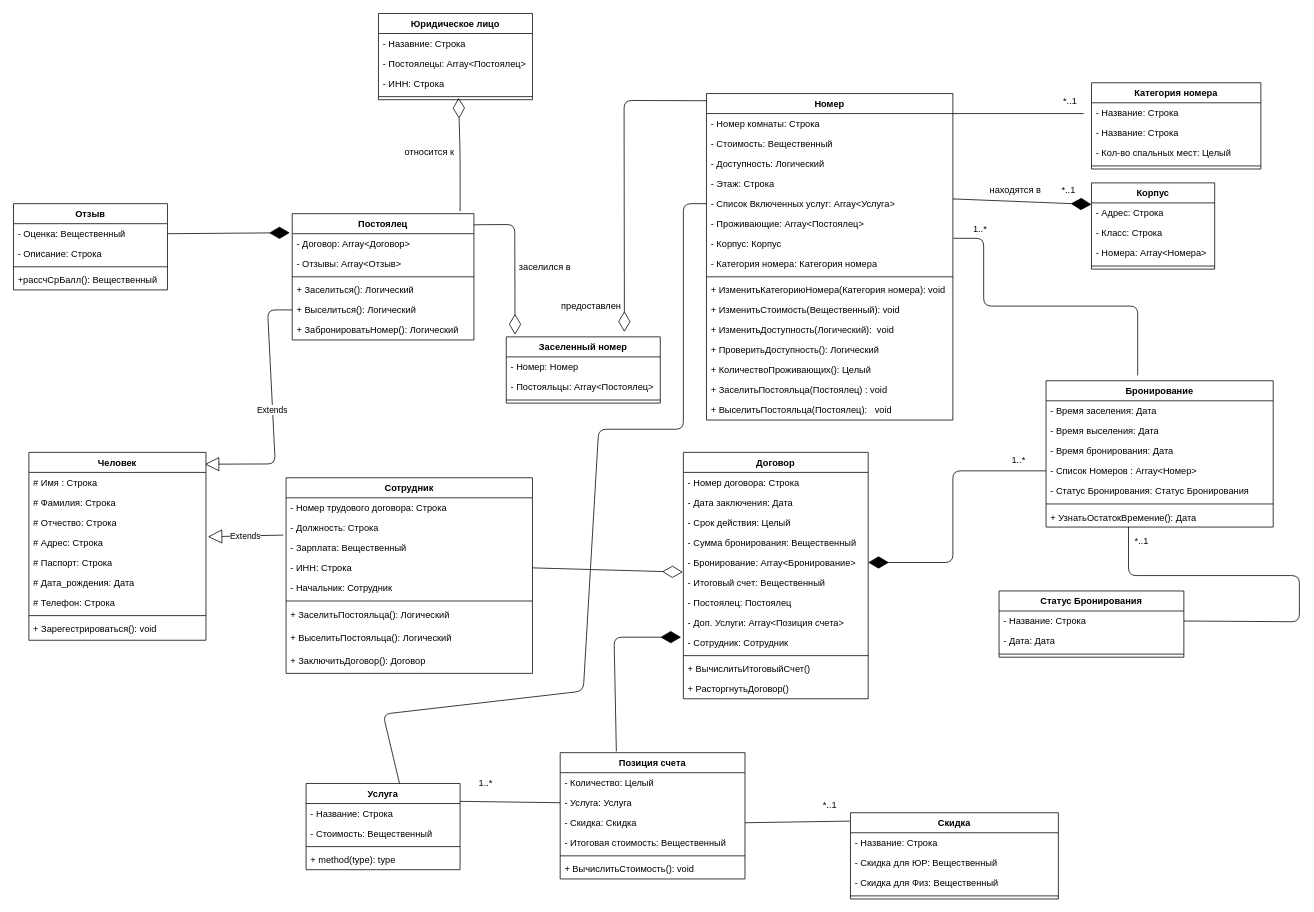
Earlier version of the draw.io diagram IS_IS/lab2/Class diagram.drawio (Suvorovm/DB--Labs). Source tidied: cells renumbered, new cells numbered last; positions are measured from the earlier drawing's top-left corner, leaving out a move shared by most shapes. Both pictures are drawn from the tidied source at 77%, with x=0, y=0 at pixel (13, 13).
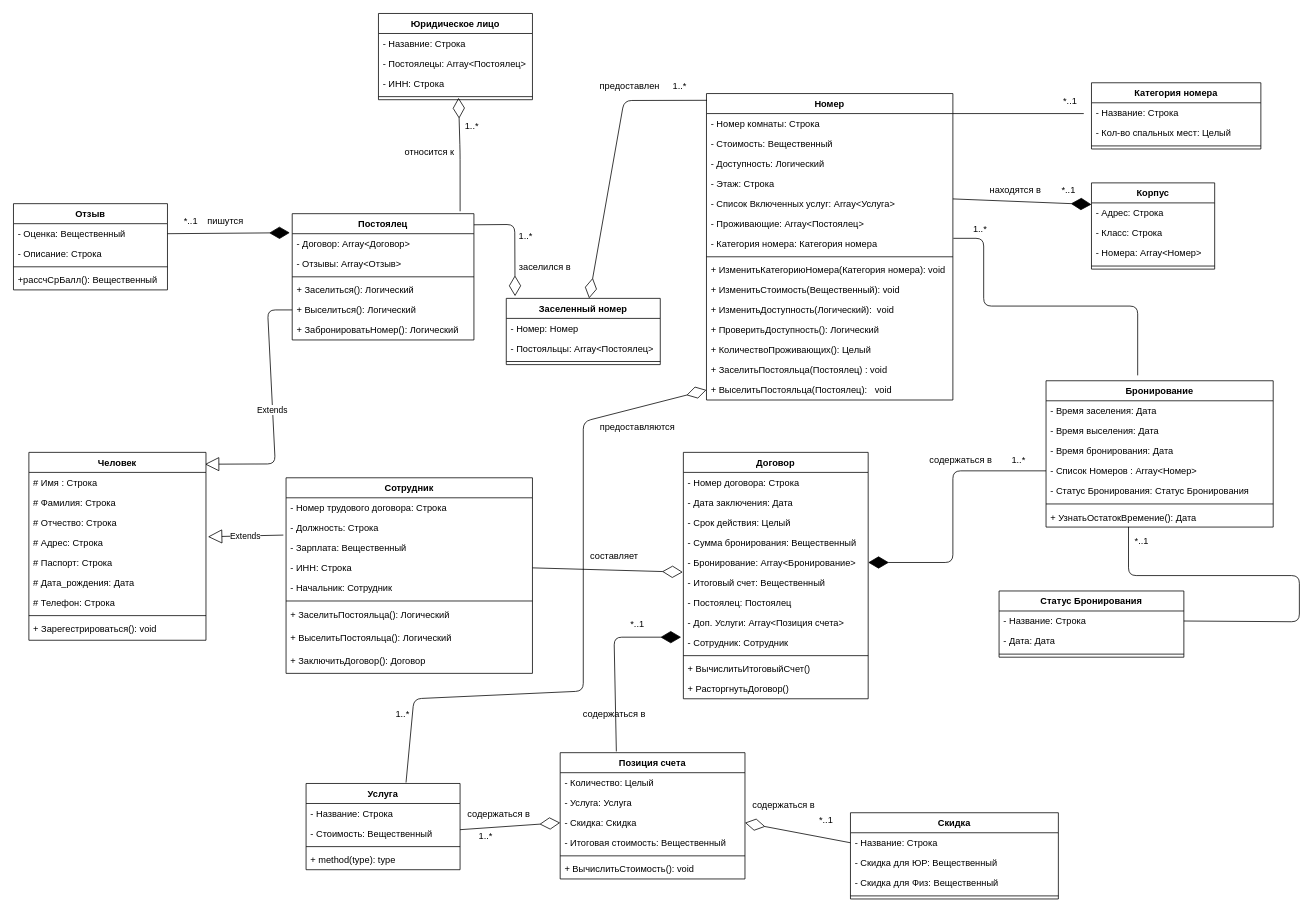
Above is the later version.

Unchanged cells that the change refers to:
```xml
<mxCell id="7" value="- Список Включенных услуг: Array&lt;Услуга&gt;" style="text;strokeColor=none;fillColor=none;align=left;verticalAlign=top;spacingLeft=4;spacingRight=4;overflow=hidden;points=[[0,0.5],[1,0.5]];portConstraint=eastwest;" parent="2" vertex="1">
  <mxGeometry y="130" width="320" height="26" as="geometry" />
</mxCell>
<mxCell id="71" value="Корпус" style="swimlane;fontStyle=1;align=center;verticalAlign=top;horizontal=1;startSize=26;" parent="1" vertex="1">
  <mxGeometry x="1400" y="220" width="160" height="112" as="geometry" />
</mxCell>
<mxCell id="78" value="- Услуга: Услуга" style="text;strokeColor=none;fillColor=none;align=left;verticalAlign=top;spacingLeft=4;spacingRight=4;overflow=hidden;points=[[0,0.5],[1,0.5]];portConstraint=eastwest;" parent="76" vertex="1">
  <mxGeometry y="52" width="240" height="26" as="geometry" />
</mxCell>
<mxCell id="79" value="- Скидка: Скидка" style="text;strokeColor=none;fillColor=none;align=left;verticalAlign=top;spacingLeft=4;spacingRight=4;overflow=hidden;points=[[0,0.5],[1,0.5]];portConstraint=eastwest;" parent="76" vertex="1">
  <mxGeometry y="78" width="240" height="26" as="geometry" />
</mxCell>
<mxCell id="83" value="Услуга" style="swimlane;fontStyle=1;align=center;verticalAlign=top;horizontal=1;startSize=26;" parent="1" vertex="1">
  <mxGeometry x="380" y="1000" width="200" height="112" as="geometry" />
</mxCell>
<mxCell id="84" value="- Название: Строка" style="text;strokeColor=none;fillColor=none;align=left;verticalAlign=top;spacingLeft=4;spacingRight=4;overflow=hidden;points=[[0,0.5],[1,0.5]];portConstraint=eastwest;" parent="83" vertex="1">
  <mxGeometry y="26" width="200" height="26" as="geometry" />
</mxCell>
<mxCell id="111" value="Скидка" style="swimlane;fontStyle=1;align=center;verticalAlign=top;horizontal=1;startSize=26;" parent="1" vertex="1">
  <mxGeometry x="1087" y="1038" width="270" height="112" as="geometry" />
</mxCell>
<mxCell id="112" value="- Название: Строка" style="text;strokeColor=none;fillColor=none;align=left;verticalAlign=top;spacingLeft=4;spacingRight=4;overflow=hidden;points=[[0,0.5],[1,0.5]];portConstraint=eastwest;" parent="111" vertex="1">
  <mxGeometry y="26" width="270" height="26" as="geometry" />
</mxCell>
```

What changed in the source:
```diff
@@
     <mxCell id="2" value="Номер" style="swimlane;fontStyle=1;align=center;verticalAlign=top;horizontal=1;startSize=26;" parent="1" vertex="1">
-      <mxGeometry x="900" y="104" width="320" height="424" as="geometry" />
+      <mxGeometry x="900" y="104" width="320" height="398" as="geometry" />
     </mxCell>
@@
-    <mxCell id="9" value="- Корпус: Корпус" style="text;strokeColor=none;fillColor=none;align=left;verticalAlign=top;spacingLeft=4;spacingRight=4;overflow=hidden;points=[[0,0.5],[1,0.5]];portConstraint=eastwest;" parent="2" vertex="1">
-      <mxGeometry y="182" width="320" height="26" as="geometry" />
-    </mxCell>
     <mxCell id="10" value="- Категория номера: Категория номера" style="text;strokeColor=none;fillColor=none;align=left;verticalAlign=top;spacingLeft=4;spacingRight=4;overflow=hidden;" parent="2" vertex="1">
-      <mxGeometry y="208" width="320" height="26" as="geometry" />
+      <mxGeometry y="182" width="320" height="26" as="geometry" />
     </mxCell>
     <mxCell id="11" style="line;strokeWidth=1;fillColor=none;align=left;verticalAlign=middle;spacingTop=-1;spacingLeft=3;spacingRight=3;labelPosition=right;" parent="2" vertex="1">
-      <mxGeometry y="234" width="320" height="8" as="geometry" />
+      <mxGeometry y="208" width="320" height="8" as="geometry" />
     </mxCell>
     <mxCell id="12" value="+ ИзменитьКатегориюНомера(Категория номера): void" style="text;strokeColor=none;fillColor=none;align=left;verticalAlign=top;spacingLeft=4;spacingRight=4;overflow=hidden;" parent="2" vertex="1">
-      <mxGeometry y="242" width="320" height="26" as="geometry" />
+      <mxGeometry y="216" width="320" height="26" as="geometry" />
     </mxCell>
     <mxCell id="13" value="+ ИзменитьСтоимость(Вещественный): void" style="text;strokeColor=none;fillColor=none;align=left;verticalAlign=top;spacingLeft=4;spacingRight=4;overflow=hidden;" parent="2" vertex="1">
-      <mxGeometry y="268" width="320" height="26" as="geometry" />
+      <mxGeometry y="242" width="320" height="26" as="geometry" />
     </mxCell>
     <mxCell id="14" value="+ ИзменитьДоступность(Логический):  void" style="text;strokeColor=none;fillColor=none;align=left;verticalAlign=top;spacingLeft=4;spacingRight=4;overflow=hidden;" parent="2" vertex="1">
-      <mxGeometry y="294" width="320" height="26" as="geometry" />
+      <mxGeometry y="268" width="320" height="26" as="geometry" />
     </mxCell>
     <mxCell id="15" value="+ ПроверитьДоступность(): Логический" style="text;strokeColor=none;fillColor=none;align=left;verticalAlign=top;spacingLeft=4;spacingRight=4;overflow=hidden;" parent="2" vertex="1">
-      <mxGeometry y="320" width="320" height="26" as="geometry" />
+      <mxGeometry y="294" width="320" height="26" as="geometry" />
     </mxCell>
     <mxCell id="16" value="+ КоличествоПроживающих(): Целый" style="text;strokeColor=none;fillColor=none;align=left;verticalAlign=top;spacingLeft=4;spacingRight=4;overflow=hidden;" parent="2" vertex="1">
-      <mxGeometry y="346" width="320" height="26" as="geometry" />
+      <mxGeometry y="320" width="320" height="26" as="geometry" />
     </mxCell>
     <mxCell id="17" value="+ ЗаселитьПостояльца(Постоялец) : void" style="text;strokeColor=none;fillColor=none;align=left;verticalAlign=top;spacingLeft=4;spacingRight=4;overflow=hidden;" parent="2" vertex="1">
-      <mxGeometry y="372" width="320" height="26" as="geometry" />
+      <mxGeometry y="346" width="320" height="26" as="geometry" />
     </mxCell>
     <mxCell id="18" value="+ ВыселитьПостояльца(Постоялец):   void" style="text;strokeColor=none;fillColor=none;align=left;verticalAlign=top;spacingLeft=4;spacingRight=4;overflow=hidden;points=[[0,0.5],[1,0.5]];portConstraint=eastwest;" parent="2" vertex="1">
-      <mxGeometry y="398" width="320" height="26" as="geometry" />
+      <mxGeometry y="372" width="320" height="26" as="geometry" />
     </mxCell>
@@
     <mxCell id="34" value="Категория номера" style="swimlane;fontStyle=1;align=center;verticalAlign=top;horizontal=1;startSize=26;" parent="1" vertex="1">
-      <mxGeometry x="1400" y="90" width="220" height="112" as="geometry" />
+      <mxGeometry x="1400" y="90" width="220" height="86" as="geometry" />
     </mxCell>
@@
-    <mxCell id="36" value="- Название: Строка" style="text;strokeColor=none;fillColor=none;align=left;verticalAlign=top;spacingLeft=4;spacingRight=4;overflow=hidden;" parent="34" vertex="1">
-      <mxGeometry y="52" width="220" height="26" as="geometry" />
-    </mxCell>
     <mxCell id="37" value="- Кол-во спальных мест: Целый" style="text;strokeColor=none;fillColor=none;align=left;verticalAlign=top;spacingLeft=4;spacingRight=4;overflow=hidden;" parent="34" vertex="1">
-      <mxGeometry y="78" width="220" height="26" as="geometry" />
+      <mxGeometry y="52" width="220" height="26" as="geometry" />
     </mxCell>
     <mxCell id="38" style="line;strokeWidth=1;fillColor=none;align=left;verticalAlign=middle;spacingTop=-1;spacingLeft=3;spacingRight=3;labelPosition=right;" parent="34" vertex="1">
-      <mxGeometry y="104" width="220" height="8" as="geometry" />
+      <mxGeometry y="78" width="220" height="8" as="geometry" />
     </mxCell>
@@
-    <mxCell id="43" style="endArrow=none;html=1;entryX=0;entryY=0.5;entryDx=0;entryDy=0;exitX=0.995;exitY=-0.108;exitDx=0;exitDy=0;exitPerimeter=0;" parent="1" edge="1" source="84" target="78">
-      <mxGeometry relative="1" as="geometry" />
-    </mxCell>
-    <mxCell id="44" style="endArrow=none;html=1;entryX=-0.003;entryY=0.097;entryDx=0;entryDy=0;exitX=1;exitY=0.5;exitDx=0;exitDy=0;entryPerimeter=0;" parent="1" edge="1" source="79" target="111">
-      <mxGeometry relative="1" as="geometry" />
-    </mxCell>
@@
-    <mxCell id="74" value="- Номера: Array&lt;Номера&gt;" style="text;strokeColor=none;fillColor=none;align=left;verticalAlign=top;spacingLeft=4;spacingRight=4;overflow=hidden;" parent="71" vertex="1">
+    <mxCell id="74" value="- Номера: Array&lt;Номер&gt;" style="text;strokeColor=none;fillColor=none;align=left;verticalAlign=top;spacingLeft=4;spacingRight=4;overflow=hidden;" parent="71" vertex="1">
       <mxGeometry y="78" width="160" height="26" as="geometry" />
     </mxCell>
@@
-    <mxCell id="116" style="endArrow=none;html=1;edgeStyle=orthogonalEdgeStyle;exitX=1.002;exitY=0.231;exitDx=0;exitDy=0;exitPerimeter=0;" parent="1" edge="1" source="9">
+    <mxCell id="116" style="endArrow=none;html=1;edgeStyle=orthogonalEdgeStyle;exitX=1.002;exitY=0.231;exitDx=0;exitDy=0;exitPerimeter=0;" parent="1" edge="1">
       <mxGeometry relative="1" as="geometry">
+        <mxPoint x="1220.6" y="292" as="sourcePoint" />
         <mxPoint x="1460" y="470" as="targetPoint" />
         <Array as="points">
           <mxPoint x="1260" y="292" />
           <mxPoint x="1260" y="380" />
           <mxPoint x="1460" y="380" />
         </Array>
       </mxGeometry>
     </mxCell>
@@
     <mxCell id="118" value="Заселенный номер" style="swimlane;fontStyle=1;align=center;verticalAlign=top;horizontal=1;startSize=26;" parent="1" vertex="1">
-      <mxGeometry x="640" y="420" width="200" height="86" as="geometry" />
+      <mxGeometry x="640" y="370" width="200" height="86" as="geometry" />
     </mxCell>
@@
-    <mxCell id="123" style="endArrow=diamondThin;endFill=0;endSize=24;html=1;entryX=0.057;entryY=-0.033;entryDx=0;entryDy=0;exitX=0.002;exitY=0.022;exitDx=0;exitDy=0;exitPerimeter=0;entryPerimeter=0;" parent="1" edge="1" source="2">
+    <mxCell id="123" style="endArrow=diamondThin;endFill=0;endSize=24;html=1;exitX=0.002;exitY=0.022;exitDx=0;exitDy=0;exitPerimeter=0;" parent="1" edge="1" source="2" target="118">
       <mxGeometry relative="1" as="geometry">
-        <mxPoint x="793.4" y="413.6" as="targetPoint" />
         <Array as="points">
           <mxPoint x="793" y="113" />
         </Array>
       </mxGeometry>
     </mxCell>
@@
     <mxCell id="129" value="1..*" style="text;html=1;align=center;verticalAlign=middle;" parent="1" vertex="1">
-      <mxGeometry x="598" y="990" width="30" height="20" as="geometry" />
+      <mxGeometry x="598" y="1058" width="30" height="20" as="geometry" />
     </mxCell>
     <mxCell id="130" value="*..1" style="text;html=1;align=center;verticalAlign=middle;" parent="1" vertex="1">
-      <mxGeometry x="1045" y="1018" width="30" height="20" as="geometry" />
+      <mxGeometry x="1040" y="1038" width="30" height="20" as="geometry" />
     </mxCell>
@@
-    <mxCell id="132" style="endArrow=none;html=1;entryX=0;entryY=0.5;entryDx=0;entryDy=0;exitX=0.607;exitY=0.001;exitDx=0;exitDy=0;exitPerimeter=0;" parent="1" edge="1" source="83" target="7">
-      <mxGeometry relative="1" as="geometry">
-        <Array as="points">
-          <mxPoint x="480" y="910" />
-          <mxPoint x="740" y="880" />
-          <mxPoint x="760" y="540" />
-          <mxPoint x="870" y="540" />
-          <mxPoint x="870" y="247" />
-        </Array>
-      </mxGeometry>
-    </mxCell>
@@
     <mxCell id="136" value="предоставлен" style="text;html=1;align=center;verticalAlign=middle;" parent="1" vertex="1">
-      <mxGeometry x="705" y="370" width="90" height="20" as="geometry" />
+      <mxGeometry x="755" y="84" width="90" height="20" as="geometry" />
     </mxCell>
@@
+    <mxCell id="139" value="*..1" style="text;html=1;align=center;verticalAlign=middle;" parent="1" vertex="1">
+      <mxGeometry x="215" y="260" width="30" height="20" as="geometry" />
+    </mxCell>
+    <mxCell id="140" value="1..*" style="text;html=1;align=center;verticalAlign=middle;" parent="1" vertex="1">
+      <mxGeometry x="580" y="136" width="30" height="20" as="geometry" />
+    </mxCell>
+    <mxCell id="141" value="1..*" style="text;html=1;align=center;verticalAlign=middle;" parent="1" vertex="1">
+      <mxGeometry x="650" y="280" width="30" height="20" as="geometry" />
+    </mxCell>
+    <mxCell id="142" value="1..*" style="text;html=1;align=center;verticalAlign=middle;" parent="1" vertex="1">
+      <mxGeometry x="850" y="84" width="30" height="20" as="geometry" />
+    </mxCell>
+    <mxCell id="143" value="*..1" style="text;html=1;align=center;verticalAlign=middle;" parent="1" vertex="1">
+      <mxGeometry x="795" y="783" width="30" height="20" as="geometry" />
+    </mxCell>
+    <mxCell id="144" style="endArrow=diamondThin;endFill=0;endSize=24;html=1;exitX=0.649;exitY=-0.011;exitDx=0;exitDy=0;entryX=0;entryY=0.5;entryDx=0;entryDy=0;exitPerimeter=0;" parent="1" edge="1" source="83" target="18">
+      <mxGeometry relative="1" as="geometry">
+        <Array as="points">
+          <mxPoint x="520" y="890" />
+          <mxPoint x="740" y="880" />
+          <mxPoint x="740" y="530" />
+        </Array>
+      </mxGeometry>
+    </mxCell>
+    <mxCell id="145" value="1..*" style="text;html=1;align=center;verticalAlign=middle;" parent="1" vertex="1">
+      <mxGeometry x="490" y="900" width="30" height="20" as="geometry" />
+    </mxCell>
+    <mxCell id="146" value="содержаться в" style="text;html=1;align=center;verticalAlign=middle;" parent="1" vertex="1">
+      <mxGeometry x="1180" y="570" width="100" height="20" as="geometry" />
+    </mxCell>
+    <mxCell id="147" value="содержаться в" style="text;html=1;align=center;verticalAlign=middle;" parent="1" vertex="1">
+      <mxGeometry x="730" y="900" width="100" height="20" as="geometry" />
+    </mxCell>
+    <mxCell id="148" value="составляет" style="text;html=1;align=center;verticalAlign=middle;" parent="1" vertex="1">
+      <mxGeometry x="740" y="695" width="80" height="20" as="geometry" />
+    </mxCell>
+    <mxCell id="149" value="предоставляются" style="text;html=1;align=center;verticalAlign=middle;" parent="1" vertex="1">
+      <mxGeometry x="755" y="528" width="110" height="20" as="geometry" />
+    </mxCell>
+    <mxCell id="150" value="пишутся" style="text;html=1;align=center;verticalAlign=middle;" parent="1" vertex="1">
+      <mxGeometry x="245" y="260" width="60" height="20" as="geometry" />
+    </mxCell>
+    <mxCell id="151" style="endArrow=diamondThin;endFill=0;endSize=24;html=1;exitX=1;exitY=0.5;exitDx=0;exitDy=0;entryX=0;entryY=0.5;entryDx=0;entryDy=0;" parent="1" edge="1" target="79">
+      <mxGeometry relative="1" as="geometry">
+        <mxPoint x="580" y="1060" as="sourcePoint" />
+      </mxGeometry>
+    </mxCell>
+    <mxCell id="152" style="endArrow=diamondThin;endFill=0;endSize=24;html=1;exitX=0;exitY=0.5;exitDx=0;exitDy=0;entryX=1;entryY=0.5;entryDx=0;entryDy=0;" parent="1" edge="1" source="112" target="79">
+      <mxGeometry relative="1" as="geometry" />
+    </mxCell>
+    <mxCell id="153" value="содержаться в" style="text;html=1;align=center;verticalAlign=middle;" parent="1" vertex="1">
+      <mxGeometry x="950" y="1018" width="100" height="20" as="geometry" />
+    </mxCell>
+    <mxCell id="154" value="содержаться в" style="text;html=1;align=center;verticalAlign=middle;" parent="1" vertex="1">
+      <mxGeometry x="580" y="1030" width="100" height="20" as="geometry" />
+    </mxCell>
```
